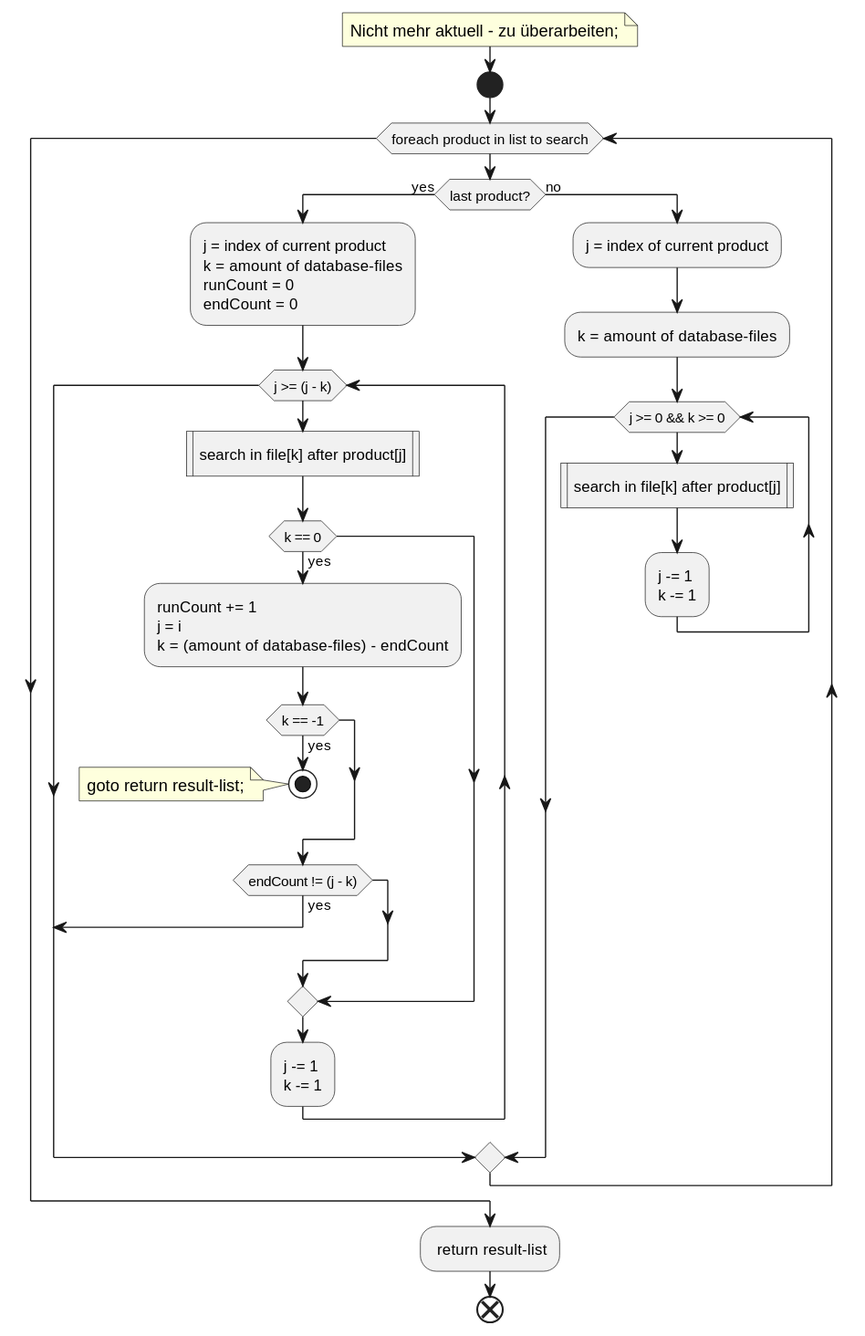
Before: documentation/pap/Simultanius search on LiteDb-Files.svg, a diagram exported from PlantUML (KnYL3R/AmIVulnerable).
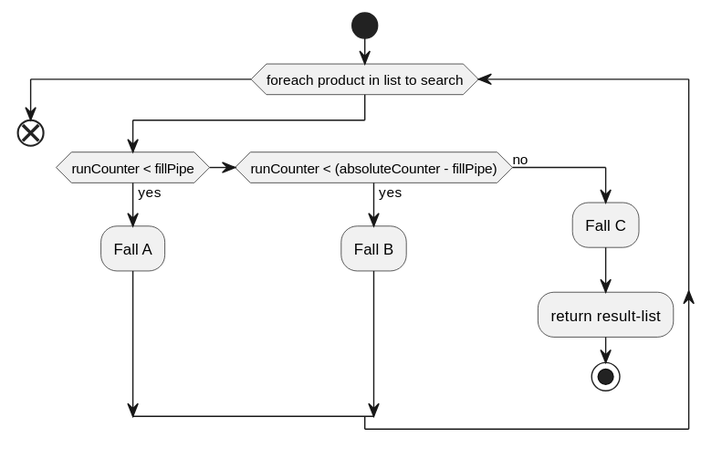
The same diagram one commit later.

What changed in the source:
```diff
@@ -1,41 +1,17 @@
 @startuml "Simultanius search on LiteDb-Files"
 
-    note left: Nicht mehr aktuell - zu überarbeiten;
     start
     while (foreach product in list to search)
-        if (last product?) then (yes)
-            :j = index of current product
-            k = amount of database-files
-            runCount = 0
-            endCount = 0;
-            while (j >= (j - k))
-                :search in file[k] after product[j]|
-                if (k == 0) then (yes)
-                    :runCount += 1
-                    j = i
-                    k = (amount of database-files) - endCount;
-                    if (k == -1) then (yes)
-                        stop
-                        note left: goto return result-list;
-                    endif
-                    if (endCount != (j - k)) then (yes)
-                        break
-                    endif
-                endif
-                :j -= 1
-                k -= 1;
-            endwhile
+        if (runCounter < fillPipe) then (yes)
+            :Fall A;
+        elseif (runCounter < (absoluteCounter - fillPipe)) then (yes)
+            :Fall B;
         else (no)
-            :j = index of current product;
-            :k = amount of database-files;
-            while (j >= 0 && k >= 0)
-                :search in file[k] after product[j]|
-                :j -= 1
-                k -= 1;
-            endwhile
+            :Fall C;
+            :return result-list;
+            stop
         endif
     endwhile
-    : return result-list;
     end
 
 @enduml
```
